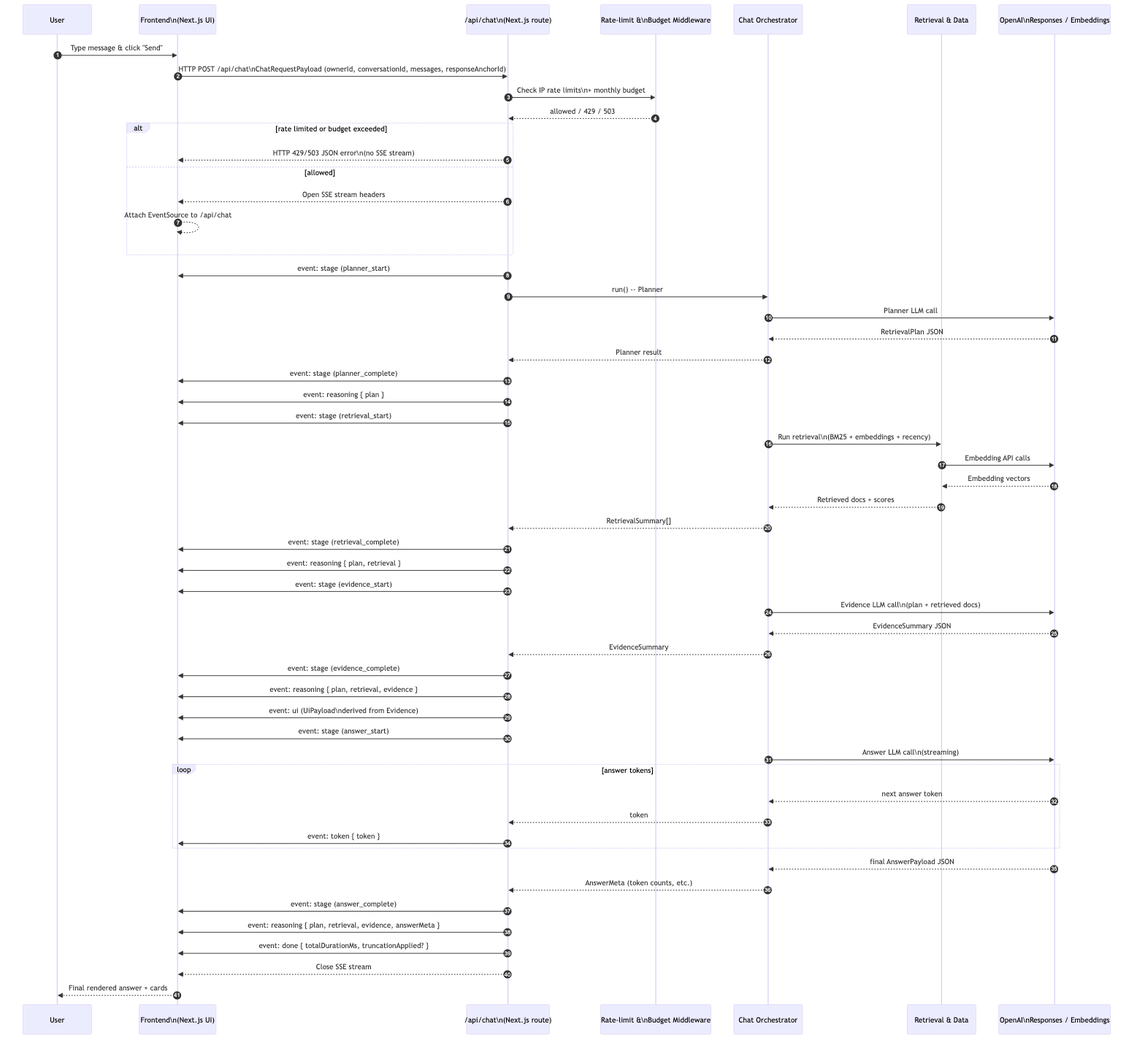
The Mermaid diagram generated-diagrams/portfolio-chat-sequence.png in Volpestyle/portfolio, before a commit. Its source is kept beside it as generated-diagrams/portfolio-chat-sequence.mmd.
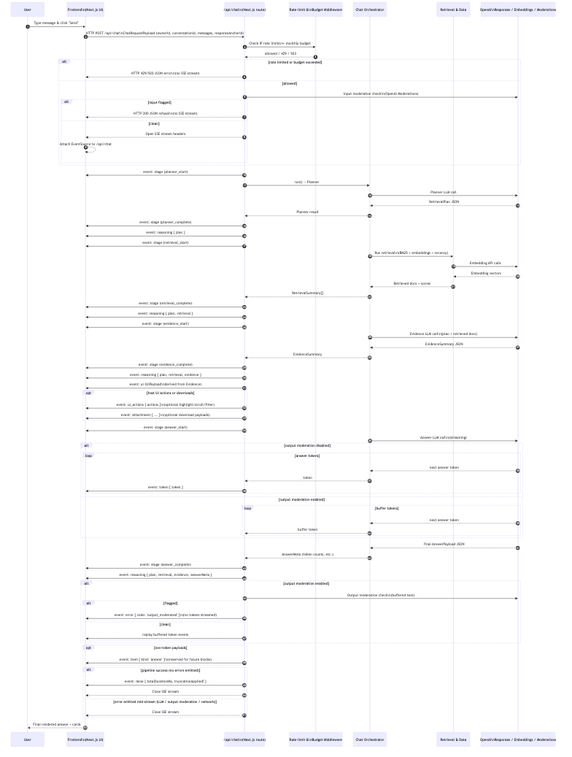
The same diagram one commit later.

What changed in the source:
```diff
@@ -7,7 +7,7 @@
     participant MID as Rate-limit &\nBudget Middleware
     participant ORC as Chat Orchestrator
     participant RET as Retrieval & Data
-    participant OAI as OpenAI\nResponses / Embeddings
+    participant OAI as OpenAI\nResponses / Embeddings / Moderations
 
     U->>F: Type message & click "Send"
     F->>API: HTTP POST /api/chat\nChatRequestPayload (ownerId, conversationId, messages, responseAnchorId)
@@ -17,8 +17,13 @@
     alt rate limited or budget exceeded
         API-->>F: HTTP 429/503 JSON error\n(no SSE stream)
     else allowed
-        API-->>F: Open SSE stream headers
-        F-->>F: Attach EventSource to /api/chat
+        API->>OAI: Input moderation check\n(OpenAI Moderations)
+        alt input flagged
+            API-->>F: HTTP 200 JSON refusal\n(no SSE stream)
+        else clean
+            API-->>F: Open SSE stream headers
+            F-->>F: Attach EventSource to /api/chat
+        end
     end
 
     API->>F: event: stage (planner_start)
@@ -45,19 +50,45 @@
     API->>F: event: stage (evidence_complete)
     API->>F: event: reasoning { plan, retrieval, evidence }
     API->>F: event: ui (UiPayload\nderived from Evidence)
+    opt host UI actions or downloads
+        API->>F: event: ui_actions { actions }\n(optional highlight/scroll/filter)
+        API->>F: event: attachment { ... }\n(optional download payloads)
+    end
 
     API->>F: event: stage (answer_start)
     ORC->>OAI: Answer LLM call\n(streaming)
-    loop answer tokens
-        OAI-->>ORC: next answer token
-        ORC-->>API: token
-        API->>F: event: token { token }
+    alt output moderation disabled
+        loop answer tokens
+            OAI-->>ORC: next answer token
+            ORC-->>API: token
+            API->>F: event: token { token }
+        end
+    else output moderation enabled
+        loop buffer tokens
+            OAI-->>ORC: next answer token
+            ORC-->>API: buffer token
+        end
     end
     OAI-->>ORC: final AnswerPayload JSON
     ORC-->>API: AnswerMeta (token counts, etc.)
     API->>F: event: stage (answer_complete)
     API->>F: event: reasoning { plan, retrieval, evidence, answerMeta }
+    alt output moderation enabled
+        API->>OAI: Output moderation check\n(buffered text)
+        alt flagged
+            API->>F: event: error { code: 'output_moderated' }\n(no tokens streamed)
+        else clean
+            API->>F: replay buffered token events
+        end
+    end
+    opt non-token payloads
+        API->>F: event: item { kind: 'answer' }\n(reserved for future blocks)
+    end
 
-    API->>F: event: done { totalDurationMs, truncationApplied? }
-    API-->>F: Close SSE stream
+    alt pipeline success (no errors emitted)
+        API->>F: event: done { totalDurationMs, truncationApplied? }
+        API-->>F: Close SSE stream
+    else error emitted mid-stream (LLM / output moderation / network)
+        API-->>F: Close SSE stream
+    end
     F-->>U: Final rendered answer + cards
```
